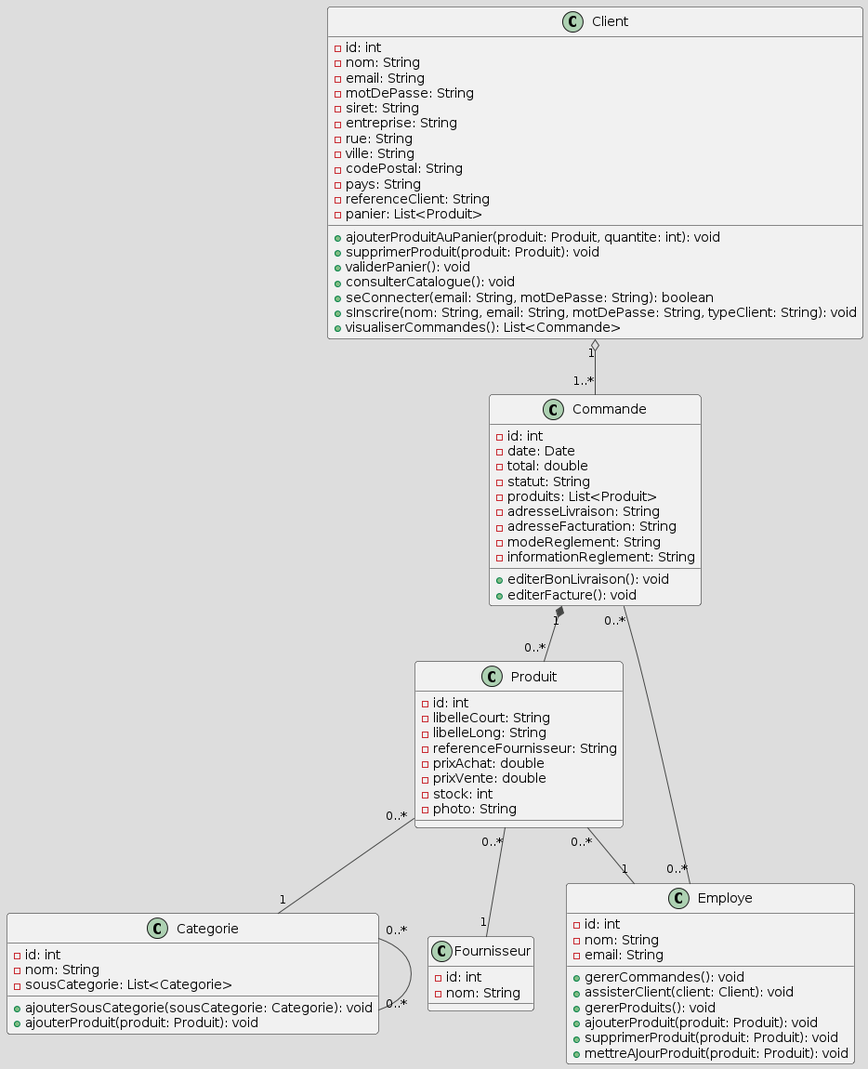
Above: modelisation/diagramme_classe.png in clemence95/villagegreen (PlantUML), before the change. Source of this version:
```plantuml
@startuml
!theme toy

class Client {
    - id: int
    - nom: String
    - email: String
    - motDePasse: String
    - siret: String
    - entreprise: String
    - rue: String
    - ville: String
    - codePostal: String
    - pays: String
    - referenceClient: String
    - panier: List<Produit>
    + ajouterProduitAuPanier(produit: Produit, quantite: int): void
    + supprimerProduit(produit: Produit): void
    + validerPanier(): void
    + consulterCatalogue(): void
    + seConnecter(email: String, motDePasse: String): boolean
    + sInscrire(nom: String, email: String, motDePasse: String, typeClient: String): void
    + visualiserCommandes(): List<Commande>
}

class Produit {
    - id: int
    - libelleCourt: String
    - libelleLong: String
    - referenceFournisseur: String
    - prixAchat: double
    - prixVente: double
    - stock: int
    - photo: String
}

class Categorie {
    - id: int
    - nom: String
    - sousCategorie: List<Categorie>
    + ajouterSousCategorie(sousCategorie: Categorie): void
    + ajouterProduit(produit: Produit): void
}

class Fournisseur {
    - id: int
    - nom: String
}

class Commande {
    - id: int
    - date: Date
    - total: double
    - statut: String
    - produits: List<Produit>
    - adresseLivraison: String
    - adresseFacturation: String
    - modeReglement: String
    - informationReglement: String
    + editerBonLivraison(): void
    + editerFacture(): void
}

class Employe {
    - id: int
    - nom: String
    - email: String
    + gererCommandes(): void
    + assisterClient(client: Client): void
    + gererProduits(): void
    + ajouterProduit(produit: Produit): void
    + supprimerProduit(produit: Produit): void
    + mettreAJourProduit(produit: Produit): void
}

Client "1" o-- "1..*" Commande
Commande "1" *-- "0..*" Produit
Produit "0..*" -- "1" Fournisseur
Produit "0..*" -- "1" Categorie
Categorie "0..*" -- "0..*" Categorie
Produit "0..*" -- "1" Employe
Employe "0..*" -- "0..*" Commande
@enduml
```
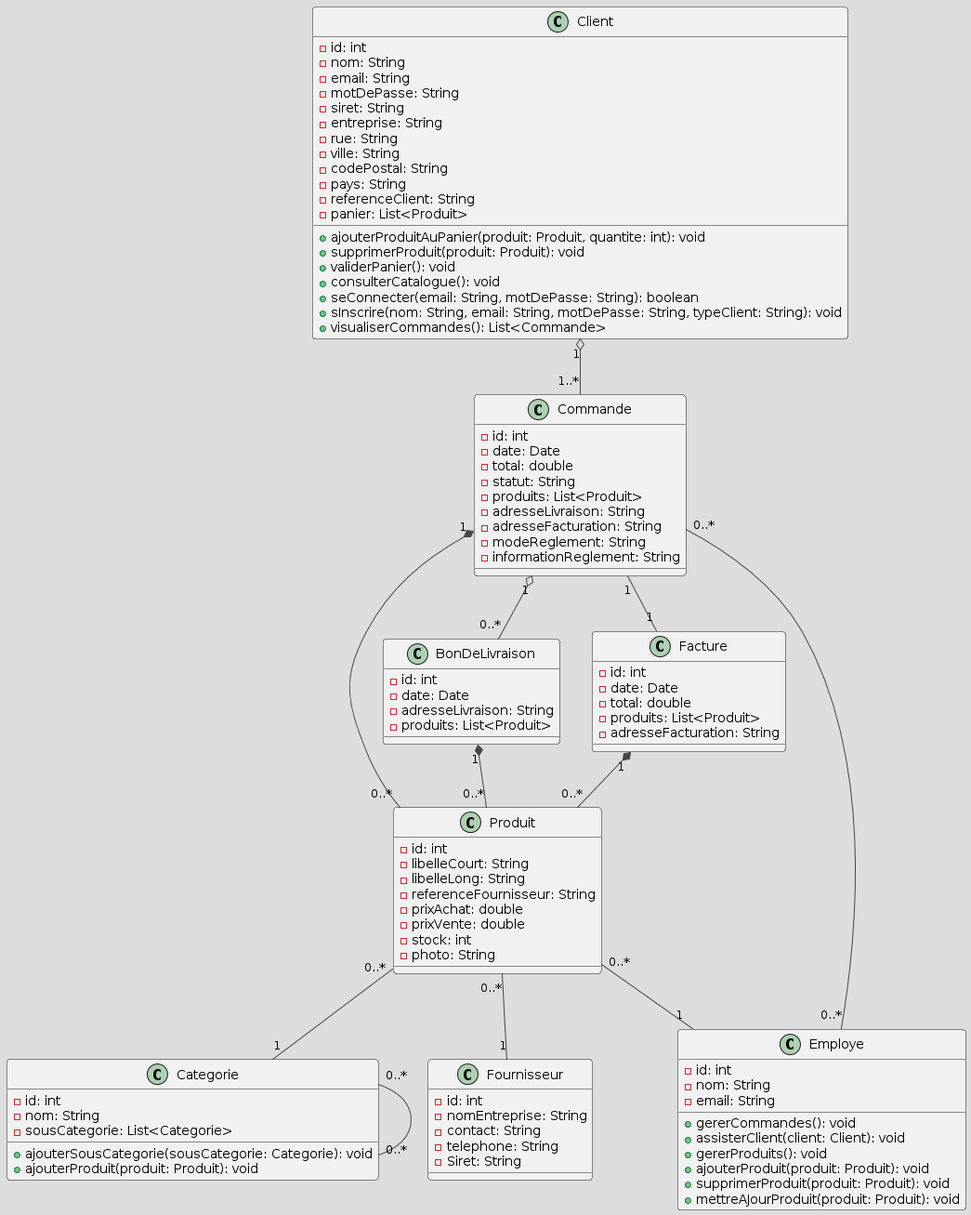
The same diagram one commit later.

The edit, as a diff of the source:
```diff
@@ -44,7 +44,10 @@
 
 class Fournisseur {
     - id: int
-    - nom: String
+    - nomEntreprise: String
+    - contact: String
+    - telephone: String
+    - Siret: String
 }
 
 class Commande {
@@ -57,8 +60,21 @@
     - adresseFacturation: String
     - modeReglement: String
     - informationReglement: String
-    + editerBonLivraison(): void
-    + editerFacture(): void
+}
+
+class BonDeLivraison {
+    - id: int
+    - date: Date
+    - adresseLivraison: String
+    - produits: List<Produit>
+}
+
+class Facture {
+    - id: int
+    - date: Date
+    - total: double
+    - produits: List<Produit>
+    - adresseFacturation: String
 }
 
 class Employe {
@@ -75,6 +91,10 @@
 
 Client "1" o-- "1..*" Commande
 Commande "1" *-- "0..*" Produit
+Commande "1" o-- "0..*" BonDeLivraison
+Commande "1" -- "1" Facture
+BonDeLivraison "1" *-- "0..*" Produit
+Facture "1" *-- "0..*" Produit
 Produit "0..*" -- "1" Fournisseur
 Produit "0..*" -- "1" Categorie
 Categorie "0..*" -- "0..*" Categorie
```
